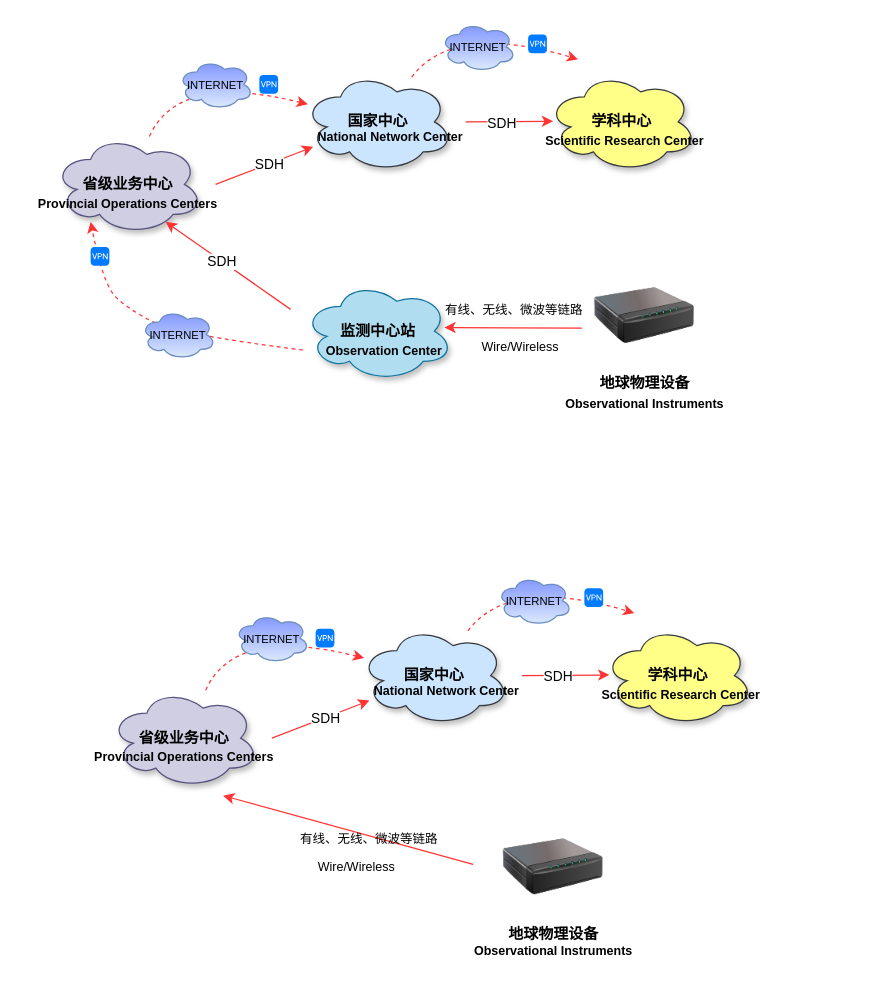
Before: page "第 3 页" (3 of 7) of drawio/eq_network.drawio in raingnight/Blog_Pic, a draw.io diagram. Source tidied: cells renumbered, new cells numbered last; positions are measured from the earlier drawing's top-left corner, leaving out a move shared by most shapes. Both pictures are drawn from the tidied source at 125%, with x=0, y=0 at pixel (21, 21).
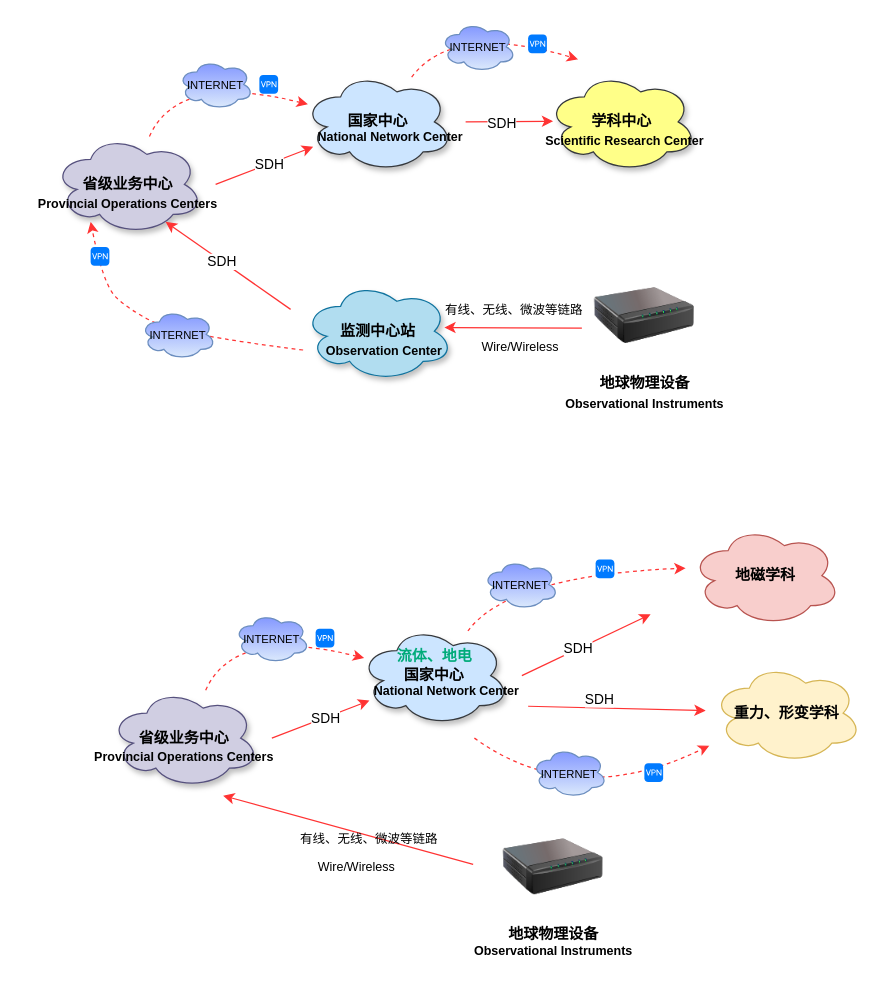
The same page after the edit.

The change refers to these unchanged cells:
```xml
<mxCell id="31" value="&lt;b&gt;国家中心&lt;/b&gt;" style="ellipse;shape=cloud;whiteSpace=wrap;html=1;fillColor=#cce5ff;strokeColor=#36393d;shadow=1;" parent="1" vertex="1">
  <mxGeometry x="270" y="483" width="120" height="80" as="geometry" />
</mxCell>
```

The edit, as a diff of the source:
```diff
@@
-    <mxCell id="30" value="&lt;b&gt;学科中心&lt;/b&gt;" style="ellipse;shape=cloud;whiteSpace=wrap;html=1;fillColor=#ffff88;strokeColor=#36393d;shadow=1;" parent="1" vertex="1">
-      <mxGeometry x="465" y="483" width="120" height="80" as="geometry" />
-    </mxCell>
@@
     <mxCell id="40" style="curved=1;endArrow=classic;html=1;rounded=0;fillColor=#e51400;strokeColor=#FF3333;dashed=1;" parent="1" edge="1" source="31">
       <mxGeometry relative="1" as="geometry">
-        <mxPoint x="490" y="473" as="targetPoint" />
+        <mxPoint x="531" y="437" as="targetPoint" />
         <Array as="points">
           <mxPoint x="390" y="443" />
         </Array>
       </mxGeometry>
     </mxCell>
     <mxCell id="41" value="&lt;font style=&quot;font-size: 9px;&quot;&gt;INTERNET&lt;/font&gt;" style="ellipse;shape=cloud;whiteSpace=wrap;html=1;align=center;fillColor=#dae8fc;gradientColor=#8599FF;strokeColor=#6c8ebf;gradientDirection=north;" parent="1" vertex="1">
-      <mxGeometry x="380" y="443" width="60" height="40" as="geometry" />
+      <mxGeometry x="369" y="430" width="60" height="40" as="geometry" />
     </mxCell>
     <mxCell id="42" style="html=1;strokeWidth=1;shadow=0;dashed=0;shape=mxgraph.ios7.misc.vpn;fillColor=#007AFF;strokeColor=none;buttonText=;strokeColor2=#222222;fontColor=#222222;fontSize=8;verticalLabelPosition=bottom;verticalAlign=top;align=center;sketch=0;" parent="1" vertex="1">
-      <mxGeometry x="450" y="453" width="15" height="15" as="geometry" />
+      <mxGeometry x="459" y="430" width="15" height="15" as="geometry" />
     </mxCell>
@@
     <mxCell id="45" style="endArrow=classic;html=1;rounded=0;fillColor=#e51400;strokeColor=#FF3333;" parent="1" edge="1">
       <mxGeometry relative="1" as="geometry">
         <mxPoint x="400" y="523" as="sourcePoint" />
-        <mxPoint x="470" y="522.5" as="targetPoint" />
+        <mxPoint x="503" y="474" as="targetPoint" />
       </mxGeometry>
     </mxCell>
     <mxCell id="46" value="SDH" style="edgeLabel;html=1;align=center;verticalAlign=middle;" parent="45" vertex="1">
       <mxGeometry x="-0.36" relative="1" as="geometry">
-        <mxPoint x="7" y="1" as="offset" />
+        <mxPoint x="12" y="-7" as="offset" />
       </mxGeometry>
     </mxCell>
-    <mxCell id="47" value="&lt;font style=&quot;font-size: 10px;&quot;&gt;&lt;b&gt;Scientific Research Center&lt;/b&gt;&lt;/font&gt;" style="text;html=1;strokeColor=none;fillColor=none;align=center;verticalAlign=middle;whiteSpace=wrap;rounded=0;" parent="1" vertex="1">
-      <mxGeometry x="440" y="523" width="175" height="30" as="geometry" />
-    </mxCell>
@@
+    <mxCell id="51" value="地磁学科" style="ellipse;shape=cloud;whiteSpace=wrap;html=1;fontStyle=1;fillColor=#f8cecc;strokeColor=#b85450;" parent="1" vertex="1">
+      <mxGeometry x="535" y="403" width="120" height="80" as="geometry" />
+    </mxCell>
+    <mxCell id="52" value="重力、形变学科" style="ellipse;shape=cloud;whiteSpace=wrap;html=1;fontStyle=1;fillColor=#fff2cc;strokeColor=#d6b656;" parent="1" vertex="1">
+      <mxGeometry x="552" y="513" width="120" height="80" as="geometry" />
+    </mxCell>
+    <mxCell id="53" style="endArrow=classic;html=1;rounded=0;fillColor=#e51400;strokeColor=#FF3333;" parent="1" edge="1">
+      <mxGeometry relative="1" as="geometry">
+        <mxPoint x="405" y="547.5" as="sourcePoint" />
+        <mxPoint x="547" y="551" as="targetPoint" />
+      </mxGeometry>
+    </mxCell>
+    <mxCell id="54" value="SDH" style="edgeLabel;html=1;align=center;verticalAlign=middle;" parent="53" vertex="1">
+      <mxGeometry x="-0.36" relative="1" as="geometry">
+        <mxPoint x="12" y="-7" as="offset" />
+      </mxGeometry>
+    </mxCell>
+    <mxCell id="55" style="curved=1;endArrow=classic;html=1;rounded=0;fillColor=#e51400;strokeColor=#FF3333;dashed=1;" parent="1" edge="1">
+      <mxGeometry relative="1" as="geometry">
+        <mxPoint x="362" y="573" as="sourcePoint" />
+        <mxPoint x="550" y="579" as="targetPoint" />
+        <Array as="points">
+          <mxPoint x="443" y="631" />
+        </Array>
+      </mxGeometry>
+    </mxCell>
+    <mxCell id="56" value="&lt;font style=&quot;font-size: 9px;&quot;&gt;INTERNET&lt;/font&gt;" style="ellipse;shape=cloud;whiteSpace=wrap;html=1;align=center;fillColor=#dae8fc;gradientColor=#8599FF;strokeColor=#6c8ebf;gradientDirection=north;" parent="1" vertex="1">
+      <mxGeometry x="408" y="580.5" width="60" height="40" as="geometry" />
+    </mxCell>
+    <mxCell id="57" style="html=1;strokeWidth=1;shadow=0;dashed=0;shape=mxgraph.ios7.misc.vpn;fillColor=#007AFF;strokeColor=none;buttonText=;strokeColor2=#222222;fontColor=#222222;fontSize=8;verticalLabelPosition=bottom;verticalAlign=top;align=center;sketch=0;" parent="1" vertex="1">
+      <mxGeometry x="498" y="593" width="15" height="15" as="geometry" />
+    </mxCell>
+    <mxCell id="58" value="流体、地电" style="text;html=1;strokeColor=none;fillColor=none;align=center;verticalAlign=middle;whiteSpace=wrap;rounded=0;fontStyle=1;fontColor=#00AB7A;" parent="1" vertex="1">
+      <mxGeometry x="294.5" y="493" width="71" height="30" as="geometry" />
+    </mxCell>
```
